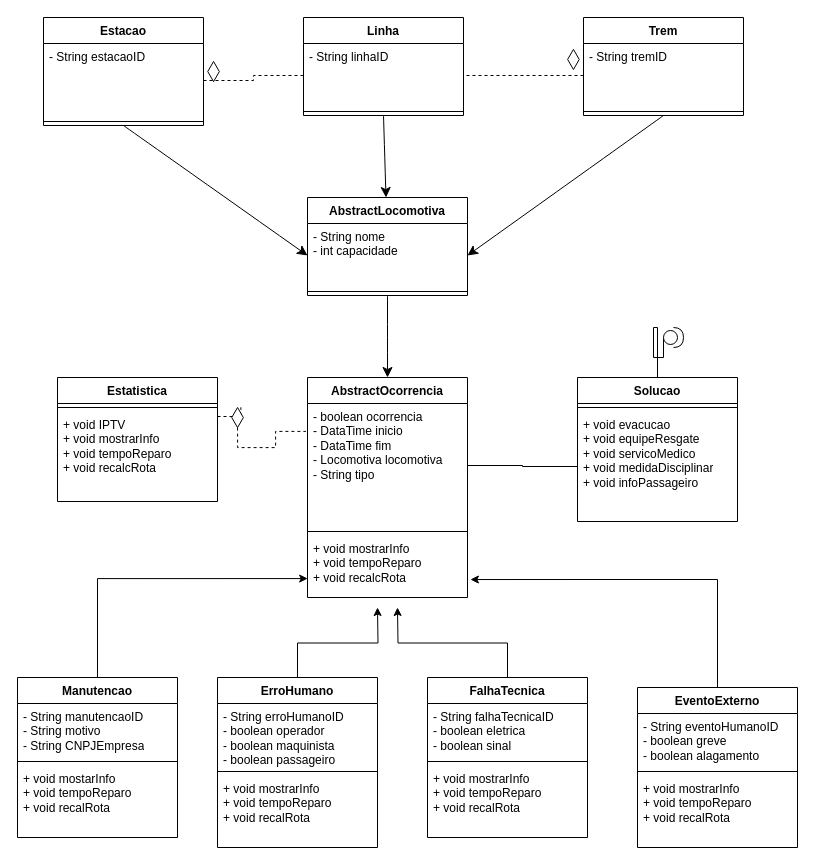
Earlier version of the draw.io diagram modelagemMalhaFerroviaria.drawio (mariaalicen/DiagramasUML). Source tidied: cells renumbered, new cells numbered last; positions are measured from the earlier drawing's top-left corner, leaving out a move shared by most shapes. Both pictures are drawn from the tidied source at 100%, with x=0, y=0 at pixel (17, 17).
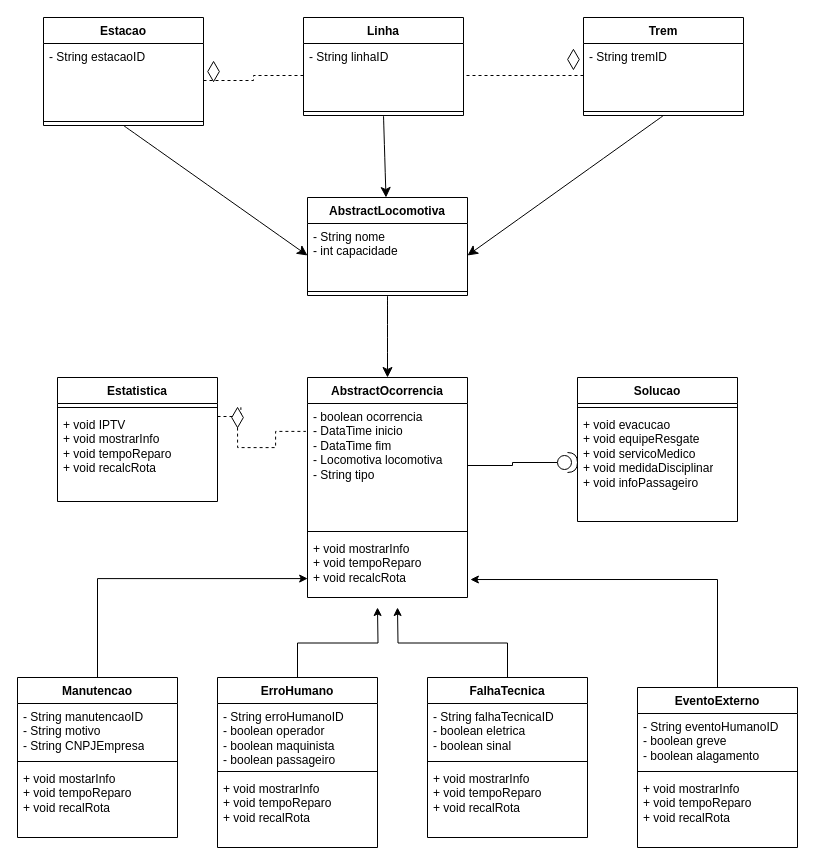
Above is the later version.

Unchanged cells that the change refers to:
```xml
<mxCell id="15" value="- boolean ocorrencia&amp;nbsp;&lt;div&gt;- DataTime inicio&amp;nbsp;&lt;/div&gt;&lt;div&gt;- DataTime fim&lt;/div&gt;&lt;div&gt;- Locomotiva locomotiva&lt;span style=&quot;background-color: initial;&quot;&gt;&amp;nbsp;&lt;/span&gt;&lt;/div&gt;&lt;div&gt;- String tipo&amp;nbsp;&lt;/div&gt;" style="text;strokeColor=none;fillColor=none;align=left;verticalAlign=top;spacingLeft=4;spacingRight=4;overflow=hidden;points=[[0,0.5],[1,0.5]];portConstraint=eastwest;whiteSpace=wrap;html=1;" parent="14" vertex="1">
  <mxGeometry y="26" width="160" height="124" as="geometry" />
</mxCell>
<mxCell id="39" value="Solucao" style="swimlane;fontStyle=1;align=center;verticalAlign=top;horizontal=1;startSize=26;whiteSpace=wrap;html=1;" parent="1" vertex="1">
  <mxGeometry x="560" y="360" width="160" height="144" as="geometry" />
</mxCell>
<mxCell id="41" value="+ void evacucao&lt;div&gt;+ void equipeResgate&lt;/div&gt;&lt;div&gt;+ void servicoMedico&amp;nbsp;&lt;/div&gt;&lt;div&gt;+ void medidaDisciplinar&lt;/div&gt;&lt;div&gt;+ void infoPassageiro&lt;/div&gt;" style="text;strokeColor=none;fillColor=none;align=left;verticalAlign=top;spacingLeft=4;spacingRight=4;overflow=hidden;points=[[0,0.5],[1,0.5]];portConstraint=eastwest;whiteSpace=wrap;html=1;" parent="39" vertex="1">
  <mxGeometry y="34" width="160" height="110" as="geometry" />
</mxCell>
```

Diff of the diagram source:
```diff
@@
-    <mxCell id="42" style="edgeStyle=orthogonalEdgeStyle;rounded=0;jettySize=auto;html=1;exitX=0;exitY=0.5;exitDx=0;exitDy=0;exitPerimeter=0;endArrow=none;endFill=0;" parent="1" edge="1" source="43" target="39">
-      <mxGeometry relative="1" as="geometry">
-        <Array as="points">
-          <mxPoint x="646" y="340" />
-          <mxPoint x="636" y="340" />
-          <mxPoint x="636" y="310" />
-          <mxPoint x="640" y="310" />
-        </Array>
-      </mxGeometry>
-    </mxCell>
-    <mxCell id="43" style="shape=providedRequiredInterface;html=1;verticalLabelPosition=bottom;sketch=0;" parent="1" vertex="1">
-      <mxGeometry x="646" y="310" width="20" height="20" as="geometry" />
-    </mxCell>
@@
-    <mxCell id="45" style="edgeStyle=orthogonalEdgeStyle;rounded=0;jettySize=auto;html=1;exitX=0;exitY=0.5;exitDx=0;exitDy=0;endArrow=none;endFill=0;" parent="1" edge="1" source="41" target="15">
-      <mxGeometry relative="1" as="geometry" />
-    </mxCell>
@@
+    <mxCell id="58" style="edgeStyle=orthogonalEdgeStyle;rounded=0;jettySize=auto;html=1;exitX=0;exitY=0.5;exitDx=0;exitDy=0;exitPerimeter=0;entryX=1;entryY=0.5;entryDx=0;entryDy=0;endArrow=none;endFill=0;" parent="1" edge="1" source="59" target="15">
+      <mxGeometry relative="1" as="geometry" />
+    </mxCell>
+    <mxCell id="59" style="shape=providedRequiredInterface;html=1;verticalLabelPosition=bottom;sketch=0;" parent="1" vertex="1">
+      <mxGeometry x="540" y="435" width="20" height="20" as="geometry" />
+    </mxCell>
```
